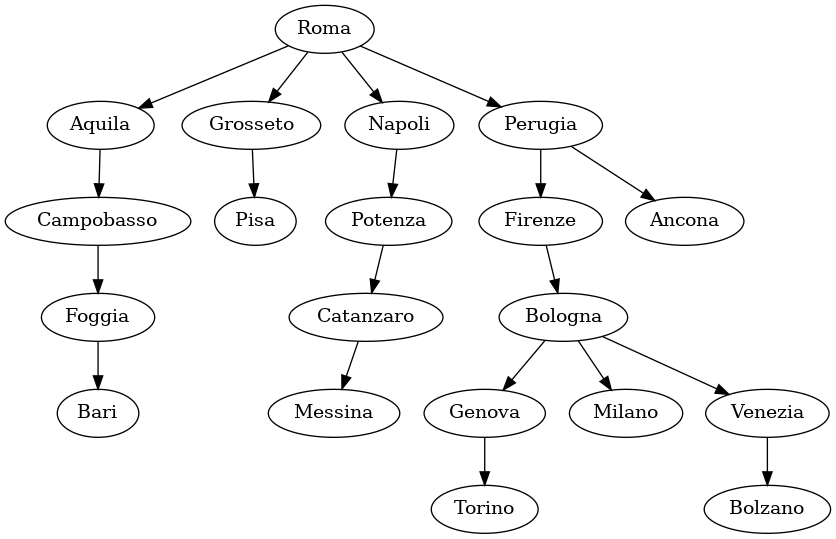
Earlier version of the Graphviz export output_test/minimum_spanning_tree.png (nicofiorini98/data_structure). Its source is kept beside it as output_test/minimum_spanning_tree.dot.
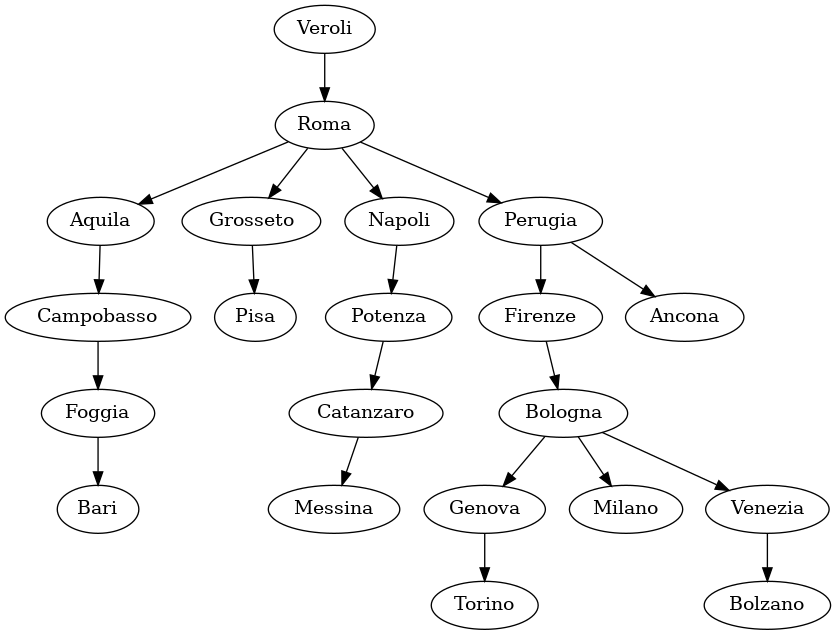
Later version of the same file.

Diff of the diagram source:
```diff
@@ -18,4 +18,5 @@
 Roma -> Aquila
 Roma -> Napoli
 Venezia -> Bolzano
+Veroli -> Roma
 }
```
